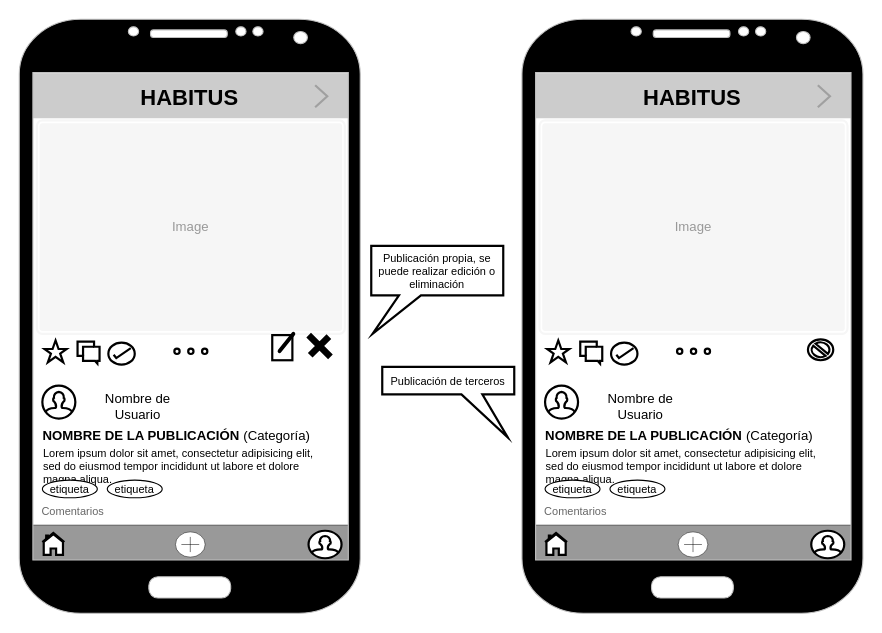
goliveirab/habitus keeps this draw.io diagram as page "Post" (4 of 4) of diagrams/ui-login_and_register.drawio. Above is the earlier version. Source tidied: cells renumbered, new cells numbered last; positions are measured from the earlier drawing's top-left corner, leaving out a move shared by most shapes. Both pictures are drawn from the tidied source at 110%, with x=0, y=0 at pixel (19, 19).
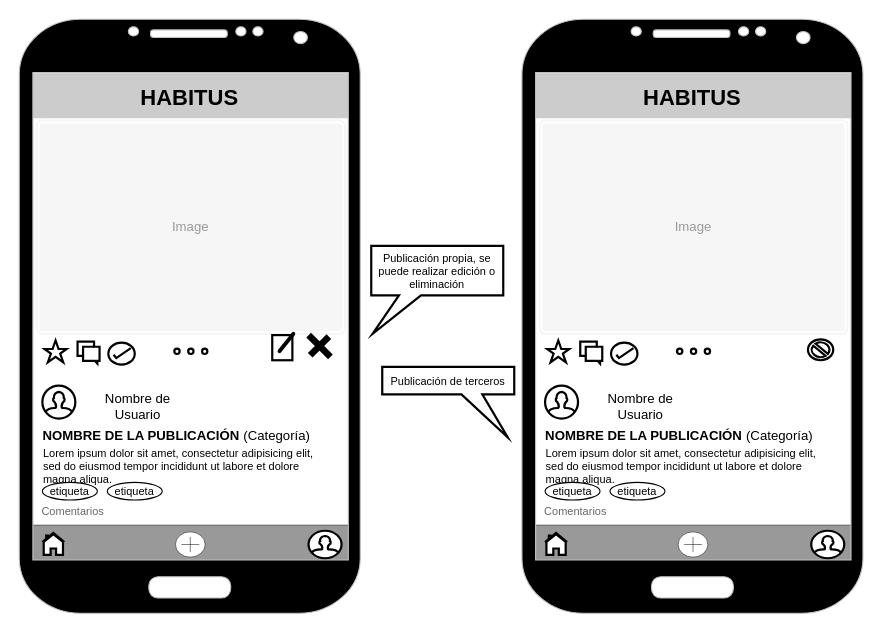
The same page after the edit.

Diff of the diagram source:
```diff
@@
-    <mxCell id="6" style="html=1;verticalLabelPosition=bottom;labelBackgroundColor=#ffffff;verticalAlign=top;shadow=0;dashed=0;strokeWidth=2;shape=mxgraph.ios7.misc.more;strokeColor=#a0a0a0;fontSize=11;fontColor=#B3B3B3;align=left;" parent="1" vertex="1">
-      <mxGeometry x="269" y="60" width="11" height="20" as="geometry" />
-    </mxCell>
@@
     <mxCell id="21" value="&lt;font style=&quot;font-size: 10px&quot;&gt;etiqueta&lt;/font&gt;" style="ellipse;whiteSpace=wrap;html=1;strokeColor=#000000;strokeWidth=1;" parent="1" vertex="1">
-      <mxGeometry x="21" y="419" width="50" height="16" as="geometry" />
+      <mxGeometry x="21" y="421" width="50" height="16" as="geometry" />
     </mxCell>
     <mxCell id="22" value="&lt;font style=&quot;font-size: 10px&quot;&gt;etiqueta&lt;/font&gt;" style="ellipse;whiteSpace=wrap;html=1;strokeColor=#000000;strokeWidth=1;" parent="1" vertex="1">
-      <mxGeometry x="80" y="419" width="50" height="16" as="geometry" />
+      <mxGeometry x="80" y="421" width="50" height="16" as="geometry" />
     </mxCell>
@@
-    <mxCell id="28" style="html=1;verticalLabelPosition=bottom;labelBackgroundColor=#ffffff;verticalAlign=top;shadow=0;dashed=0;strokeWidth=2;shape=mxgraph.ios7.misc.more;strokeColor=#a0a0a0;fontSize=11;fontColor=#B3B3B3;align=left;" parent="1" vertex="1">
-      <mxGeometry x="726" y="60" width="11" height="20" as="geometry" />
-    </mxCell>
@@
     <mxCell id="41" value="&lt;font style=&quot;font-size: 10px&quot;&gt;etiqueta&lt;/font&gt;" style="ellipse;whiteSpace=wrap;html=1;strokeColor=#000000;strokeWidth=1;" parent="1" vertex="1">
-      <mxGeometry x="478" y="419" width="50" height="16" as="geometry" />
+      <mxGeometry x="478" y="421" width="50" height="16" as="geometry" />
     </mxCell>
     <mxCell id="42" value="&lt;font style=&quot;font-size: 10px&quot;&gt;etiqueta&lt;/font&gt;" style="ellipse;whiteSpace=wrap;html=1;strokeColor=#000000;strokeWidth=1;" parent="1" vertex="1">
-      <mxGeometry x="537" y="419" width="50" height="16" as="geometry" />
+      <mxGeometry x="537" y="421" width="50" height="16" as="geometry" />
     </mxCell>
```
